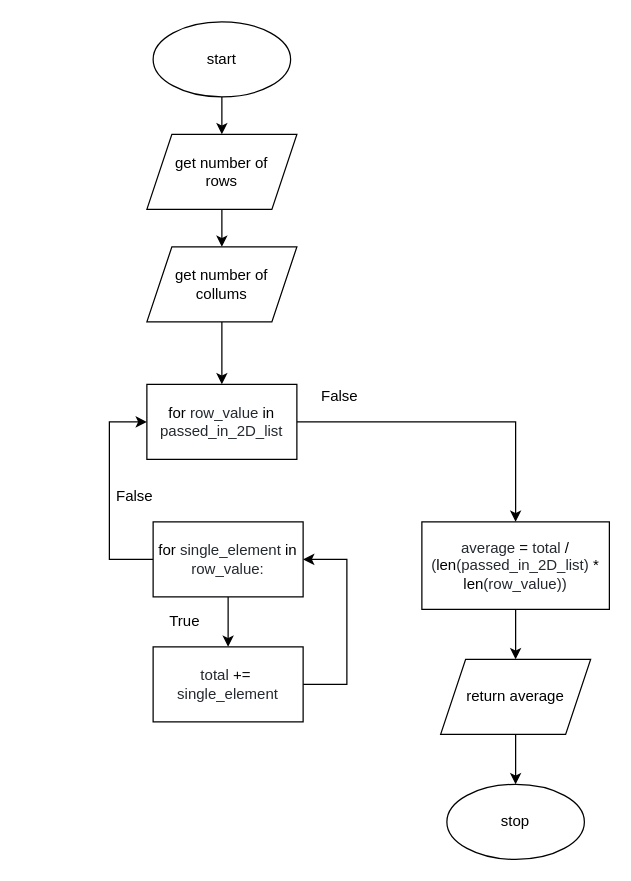
Earlier version of the draw.io diagram flowchart.drawio (Huzaifa-Khalid-2/ICS3U-Unit6-04-Python). Source tidied: cells renumbered, new cells numbered last; positions are measured from the earlier drawing's top-left corner, leaving out a move shared by most shapes. Both pictures are drawn from the tidied source at 125%, with x=0, y=0 at pixel (102, 21).
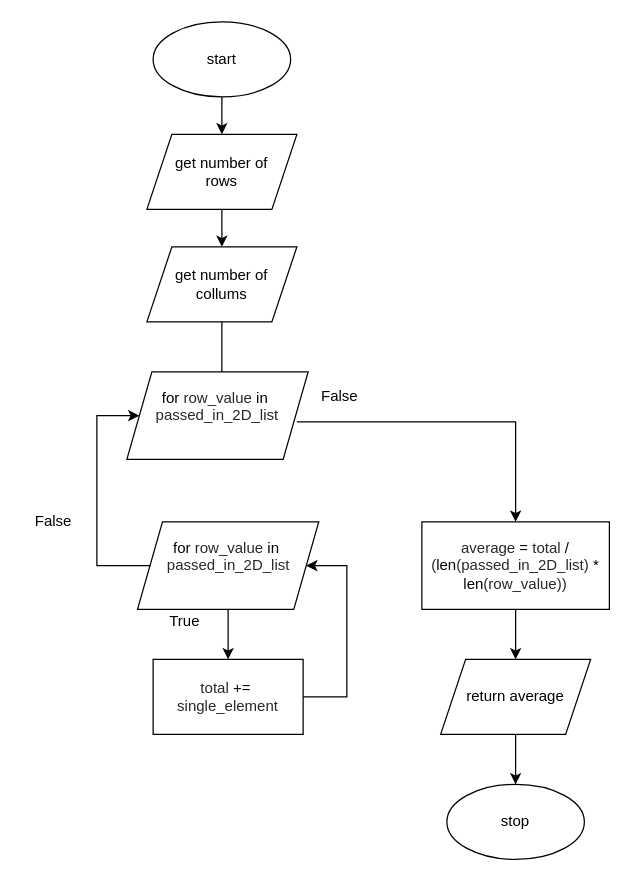
After the change.

The change refers to these unchanged cells:
```xml
<mxCell id="7" value="get number of &lt;br&gt;collums" style="shape=parallelogram;perimeter=parallelogramPerimeter;whiteSpace=wrap;html=1;fixedSize=1;" parent="1" vertex="1">
  <mxGeometry x="35" y="180" width="120" height="60" as="geometry" />
</mxCell>
<mxCell id="11" value="&lt;span class=&quot;pl-s1&quot; style=&quot;box-sizing: border-box ; color: rgb(36 , 41 , 47)&quot;&gt;&lt;span class=&quot;pl-token&quot; style=&quot;box-sizing: border-box&quot;&gt;average&lt;/span&gt;&lt;/span&gt;&lt;span style=&quot;color: rgb(36 , 41 , 47)&quot;&gt; &lt;/span&gt;&lt;span class=&quot;pl-c1&quot; style=&quot;box-sizing: border-box&quot;&gt;=&lt;/span&gt;&lt;span style=&quot;color: rgb(36 , 41 , 47)&quot;&gt; &lt;/span&gt;&lt;span class=&quot;pl-s1&quot; style=&quot;box-sizing: border-box ; color: rgb(36 , 41 , 47)&quot;&gt;&lt;span class=&quot;pl-token&quot; style=&quot;box-sizing: border-box&quot;&gt;total&lt;/span&gt;&lt;/span&gt;&lt;span style=&quot;color: rgb(36 , 41 , 47)&quot;&gt; &lt;/span&gt;&lt;span class=&quot;pl-c1&quot; style=&quot;box-sizing: border-box&quot;&gt;/&lt;/span&gt;&lt;span style=&quot;color: rgb(36 , 41 , 47)&quot;&gt; (&lt;/span&gt;&lt;span class=&quot;pl-en&quot; style=&quot;box-sizing: border-box&quot;&gt;&lt;span class=&quot;pl-token&quot; style=&quot;box-sizing: border-box&quot;&gt;len&lt;/span&gt;&lt;/span&gt;&lt;span style=&quot;color: rgb(36 , 41 , 47)&quot;&gt;(&lt;/span&gt;&lt;span class=&quot;pl-s1&quot; style=&quot;box-sizing: border-box ; color: rgb(36 , 41 , 47)&quot;&gt;&lt;span class=&quot;pl-token&quot; style=&quot;box-sizing: border-box&quot;&gt;passed_in_2D_list&lt;/span&gt;&lt;/span&gt;&lt;span style=&quot;color: rgb(36 , 41 , 47)&quot;&gt;) &lt;/span&gt;&lt;span class=&quot;pl-c1&quot; style=&quot;box-sizing: border-box&quot;&gt;*&lt;/span&gt;&lt;span style=&quot;color: rgb(36 , 41 , 47)&quot;&gt; &lt;/span&gt;&lt;span class=&quot;pl-en&quot; style=&quot;box-sizing: border-box&quot;&gt;&lt;span class=&quot;pl-token&quot; style=&quot;box-sizing: border-box&quot;&gt;len&lt;/span&gt;&lt;/span&gt;&lt;span style=&quot;color: rgb(36 , 41 , 47)&quot;&gt;(&lt;/span&gt;&lt;span class=&quot;pl-s1&quot; style=&quot;box-sizing: border-box ; color: rgb(36 , 41 , 47)&quot;&gt;&lt;span class=&quot;pl-token&quot; style=&quot;box-sizing: border-box&quot;&gt;row_value&lt;/span&gt;&lt;/span&gt;&lt;span style=&quot;color: rgb(36 , 41 , 47)&quot;&gt;))&lt;/span&gt;" style="rounded=0;whiteSpace=wrap;html=1;" parent="1" vertex="1">
  <mxGeometry x="255" y="400" width="150" height="70" as="geometry" />
</mxCell>
```

The edit, as a diff of the source:
```diff
@@
-    <mxCell id="6" style="edgeStyle=none;html=1;entryX=0.5;entryY=0;entryDx=0;entryDy=0;" parent="1" edge="1" source="7" target="9">
-      <mxGeometry relative="1" as="geometry" />
+    <mxCell id="6" style="edgeStyle=none;html=1;entryX=0.5;entryY=0;entryDx=0;entryDy=0;" parent="1" edge="1" source="7">
+      <mxGeometry relative="1" as="geometry">
+        <mxPoint x="95" y="290" as="targetPoint" />
+      </mxGeometry>
     </mxCell>
@@
-    <mxCell id="8" style="edgeStyle=elbowEdgeStyle;html=1;entryX=0.5;entryY=0;entryDx=0;entryDy=0;elbow=vertical;rounded=0;" parent="1" edge="1" source="9" target="11">
+    <mxCell id="8" style="edgeStyle=elbowEdgeStyle;html=1;entryX=0.5;entryY=0;entryDx=0;entryDy=0;elbow=vertical;rounded=0;" parent="1" edge="1" target="11">
       <mxGeometry relative="1" as="geometry">
+        <mxPoint x="155" y="320" as="sourcePoint" />
         <Array as="points">
           <mxPoint x="255" y="320" />
         </Array>
       </mxGeometry>
     </mxCell>
-    <mxCell id="9" value="&lt;span class=&quot;pl-k&quot; style=&quot;box-sizing: border-box ; font-family: , , &amp;#34;sf mono&amp;#34; , &amp;#34;menlo&amp;#34; , &amp;#34;consolas&amp;#34; , &amp;#34;liberation mono&amp;#34; , monospace&quot;&gt;for&lt;/span&gt;&lt;span style=&quot;color: rgb(36 , 41 , 47) ; font-family: , , &amp;#34;sf mono&amp;#34; , &amp;#34;menlo&amp;#34; , &amp;#34;consolas&amp;#34; , &amp;#34;liberation mono&amp;#34; , monospace&quot;&gt; &lt;/span&gt;&lt;span class=&quot;pl-s1&quot; style=&quot;box-sizing: border-box ; color: rgb(36 , 41 , 47) ; font-family: , , &amp;#34;sf mono&amp;#34; , &amp;#34;menlo&amp;#34; , &amp;#34;consolas&amp;#34; , &amp;#34;liberation mono&amp;#34; , monospace&quot;&gt;&lt;span class=&quot;pl-token&quot; style=&quot;box-sizing: border-box&quot;&gt;row_value&lt;/span&gt;&lt;/span&gt;&lt;span style=&quot;color: rgb(36 , 41 , 47) ; font-family: , , &amp;#34;sf mono&amp;#34; , &amp;#34;menlo&amp;#34; , &amp;#34;consolas&amp;#34; , &amp;#34;liberation mono&amp;#34; , monospace&quot;&gt; &lt;/span&gt;&lt;span class=&quot;pl-c1&quot; style=&quot;box-sizing: border-box ; font-family: , , &amp;#34;sf mono&amp;#34; , &amp;#34;menlo&amp;#34; , &amp;#34;consolas&amp;#34; , &amp;#34;liberation mono&amp;#34; , monospace&quot;&gt;in&lt;/span&gt;&lt;span style=&quot;color: rgb(36 , 41 , 47) ; font-family: , , &amp;#34;sf mono&amp;#34; , &amp;#34;menlo&amp;#34; , &amp;#34;consolas&amp;#34; , &amp;#34;liberation mono&amp;#34; , monospace&quot;&gt; &lt;/span&gt;&lt;span class=&quot;pl-s1&quot; style=&quot;box-sizing: border-box ; color: rgb(36 , 41 , 47) ; font-family: , , &amp;#34;sf mono&amp;#34; , &amp;#34;menlo&amp;#34; , &amp;#34;consolas&amp;#34; , &amp;#34;liberation mono&amp;#34; , monospace&quot;&gt;&lt;span class=&quot;pl-token&quot; style=&quot;box-sizing: border-box&quot;&gt;passed_in_2D_list&lt;/span&gt;&lt;/span&gt;" style="rounded=0;whiteSpace=wrap;html=1;" parent="1" vertex="1">
-      <mxGeometry x="35" y="290" width="120" height="60" as="geometry" />
-    </mxCell>
@@
-    <mxCell id="12" style="edgeStyle=elbowEdgeStyle;rounded=0;elbow=vertical;html=1;entryX=0;entryY=0.5;entryDx=0;entryDy=0;" parent="1" edge="1" source="14" target="9">
-      <mxGeometry relative="1" as="geometry">
-        <Array as="points">
-          <mxPoint x="5" y="430" />
-        </Array>
-      </mxGeometry>
-    </mxCell>
-    <mxCell id="13" style="edgeStyle=none;html=1;entryX=0.5;entryY=0;entryDx=0;entryDy=0;" parent="1" edge="1" source="14" target="16">
-      <mxGeometry relative="1" as="geometry" />
+    <mxCell id="13" style="edgeStyle=none;html=1;entryX=0.5;entryY=0;entryDx=0;entryDy=0;" parent="1" edge="1" target="16">
+      <mxGeometry relative="1" as="geometry">
+        <mxPoint x="100" y="460" as="sourcePoint" />
+      </mxGeometry>
     </mxCell>
-    <mxCell id="14" value="&lt;span class=&quot;pl-k&quot; style=&quot;box-sizing: border-box ; font-family: , , &amp;#34;sf mono&amp;#34; , &amp;#34;menlo&amp;#34; , &amp;#34;consolas&amp;#34; , &amp;#34;liberation mono&amp;#34; , monospace ; background-color: rgb(255 , 255 , 255)&quot;&gt;for&lt;/span&gt;&lt;span style=&quot;color: rgb(36 , 41 , 47) ; font-family: , , &amp;#34;sf mono&amp;#34; , &amp;#34;menlo&amp;#34; , &amp;#34;consolas&amp;#34; , &amp;#34;liberation mono&amp;#34; , monospace ; background-color: rgb(255 , 255 , 255)&quot;&gt; &lt;/span&gt;&lt;span class=&quot;pl-s1&quot; style=&quot;box-sizing: border-box ; color: rgb(36 , 41 , 47) ; font-family: , , &amp;#34;sf mono&amp;#34; , &amp;#34;menlo&amp;#34; , &amp;#34;consolas&amp;#34; , &amp;#34;liberation mono&amp;#34; , monospace ; background-color: rgb(255 , 255 , 255)&quot;&gt;&lt;span class=&quot;pl-token&quot; style=&quot;box-sizing: border-box&quot;&gt;single_element&lt;/span&gt;&lt;/span&gt;&lt;span style=&quot;color: rgb(36 , 41 , 47) ; font-family: , , &amp;#34;sf mono&amp;#34; , &amp;#34;menlo&amp;#34; , &amp;#34;consolas&amp;#34; , &amp;#34;liberation mono&amp;#34; , monospace ; background-color: rgb(255 , 255 , 255)&quot;&gt; &lt;/span&gt;&lt;span class=&quot;pl-c1&quot; style=&quot;box-sizing: border-box ; font-family: , , &amp;#34;sf mono&amp;#34; , &amp;#34;menlo&amp;#34; , &amp;#34;consolas&amp;#34; , &amp;#34;liberation mono&amp;#34; , monospace ; background-color: rgb(255 , 255 , 255)&quot;&gt;in&lt;/span&gt;&lt;span style=&quot;color: rgb(36 , 41 , 47) ; font-family: , , &amp;#34;sf mono&amp;#34; , &amp;#34;menlo&amp;#34; , &amp;#34;consolas&amp;#34; , &amp;#34;liberation mono&amp;#34; , monospace ; background-color: rgb(255 , 255 , 255)&quot;&gt; &lt;/span&gt;&lt;span class=&quot;pl-s1&quot; style=&quot;box-sizing: border-box ; color: rgb(36 , 41 , 47) ; font-family: , , &amp;#34;sf mono&amp;#34; , &amp;#34;menlo&amp;#34; , &amp;#34;consolas&amp;#34; , &amp;#34;liberation mono&amp;#34; , monospace ; background-color: rgb(255 , 255 , 255)&quot;&gt;&lt;span class=&quot;pl-token&quot; style=&quot;box-sizing: border-box&quot;&gt;row_value&lt;/span&gt;&lt;/span&gt;&lt;span style=&quot;color: rgb(36 , 41 , 47) ; font-family: , , &amp;#34;sf mono&amp;#34; , &amp;#34;menlo&amp;#34; , &amp;#34;consolas&amp;#34; , &amp;#34;liberation mono&amp;#34; , monospace ; background-color: rgb(255 , 255 , 255)&quot;&gt;:&lt;/span&gt;" style="rounded=0;whiteSpace=wrap;html=1;" parent="1" vertex="1">
-      <mxGeometry x="40" y="400" width="120" height="60" as="geometry" />
-    </mxCell>
-    <mxCell id="15" style="edgeStyle=elbowEdgeStyle;html=1;entryX=1;entryY=0.5;entryDx=0;entryDy=0;exitX=1;exitY=0.5;exitDx=0;exitDy=0;rounded=0;" parent="1" edge="1" source="16" target="14">
+    <mxCell id="15" style="edgeStyle=elbowEdgeStyle;html=1;entryX=1;entryY=0.5;entryDx=0;entryDy=0;exitX=1;exitY=0.5;exitDx=0;exitDy=0;rounded=0;" parent="1" edge="1" source="16" target="25">
       <mxGeometry relative="1" as="geometry">
         <Array as="points">
           <mxPoint x="195" y="490" />
         </Array>
       </mxGeometry>
     </mxCell>
     <mxCell id="16" value="&lt;span class=&quot;pl-s1&quot; style=&quot;text-align: left ; box-sizing: border-box ; color: rgb(36 , 41 , 47) ; background-color: rgb(255 , 255 , 255)&quot;&gt;&lt;span class=&quot;pl-token&quot; style=&quot;box-sizing: border-box&quot;&gt;total&lt;/span&gt;&lt;/span&gt;&lt;span style=&quot;text-align: left ; color: rgb(36 , 41 , 47) ; background-color: rgb(255 , 255 , 255)&quot;&gt;&amp;nbsp;&lt;/span&gt;&lt;span class=&quot;pl-c1&quot; style=&quot;text-align: left ; box-sizing: border-box ; background-color: rgb(255 , 255 , 255)&quot;&gt;+=&lt;/span&gt;&lt;span style=&quot;text-align: left ; color: rgb(36 , 41 , 47) ; background-color: rgb(255 , 255 , 255)&quot;&gt;&amp;nbsp;&lt;br&gt;&lt;/span&gt;&lt;span class=&quot;pl-s1&quot; style=&quot;text-align: left ; box-sizing: border-box ; color: rgb(36 , 41 , 47) ; background-color: rgb(255 , 255 , 255)&quot;&gt;&lt;span class=&quot;pl-token&quot; style=&quot;box-sizing: border-box&quot;&gt;single_element&lt;/span&gt;&lt;/span&gt;" style="rounded=0;whiteSpace=wrap;html=1;" parent="1" vertex="1">
-      <mxGeometry x="40" y="500" width="120" height="60" as="geometry" />
+      <mxGeometry x="40" y="510" width="120" height="60" as="geometry" />
     </mxCell>
     <mxCell id="17" value="False" style="text;html=1;align=center;verticalAlign=middle;strokeColor=none;fillColor=none;" parent="1" vertex="1">
-      <mxGeometry y="370" width="50" height="20" as="geometry" />
+      <mxGeometry x="-65" y="390" width="50" height="20" as="geometry" />
     </mxCell>
@@
+    <mxCell id="23" value="&lt;span class=&quot;pl-k&quot; style=&quot;box-sizing: border-box&quot;&gt;for&lt;/span&gt;&lt;span style=&quot;color: rgb(36 , 41 , 47)&quot;&gt;&amp;nbsp;&lt;/span&gt;&lt;span class=&quot;pl-s1&quot; style=&quot;box-sizing: border-box ; color: rgb(36 , 41 , 47)&quot;&gt;row_value&lt;/span&gt;&lt;span style=&quot;color: rgb(36 , 41 , 47)&quot;&gt;&amp;nbsp;&lt;/span&gt;&lt;span class=&quot;pl-c1&quot; style=&quot;box-sizing: border-box&quot;&gt;in&lt;/span&gt;&lt;span style=&quot;color: rgb(36 , 41 , 47)&quot;&gt;&amp;nbsp;&lt;br&gt;&lt;/span&gt;&lt;span class=&quot;pl-s1&quot; style=&quot;box-sizing: border-box ; color: rgb(36 , 41 , 47)&quot;&gt;passed_in_2D_list&lt;br&gt;&lt;br&gt;&lt;/span&gt;" style="shape=parallelogram;perimeter=parallelogramPerimeter;whiteSpace=wrap;html=1;fixedSize=1;" parent="1" vertex="1">
+      <mxGeometry x="19" y="280" width="145" height="70" as="geometry" />
+    </mxCell>
+    <mxCell id="24" style="edgeStyle=elbowEdgeStyle;html=1;entryX=0;entryY=0.5;entryDx=0;entryDy=0;exitX=0;exitY=0.5;exitDx=0;exitDy=0;rounded=0;" parent="1" edge="1" source="25" target="23">
+      <mxGeometry relative="1" as="geometry">
+        <Array as="points">
+          <mxPoint x="-5" y="380" />
+        </Array>
+      </mxGeometry>
+    </mxCell>
+    <mxCell id="25" value="&lt;span class=&quot;pl-k&quot; style=&quot;box-sizing: border-box&quot;&gt;for&lt;/span&gt;&lt;span style=&quot;color: rgb(36 , 41 , 47)&quot;&gt;&amp;nbsp;&lt;/span&gt;&lt;span class=&quot;pl-s1&quot; style=&quot;box-sizing: border-box ; color: rgb(36 , 41 , 47)&quot;&gt;row_value&lt;/span&gt;&lt;span style=&quot;color: rgb(36 , 41 , 47)&quot;&gt;&amp;nbsp;&lt;/span&gt;&lt;span class=&quot;pl-c1&quot; style=&quot;box-sizing: border-box&quot;&gt;in&lt;/span&gt;&lt;span style=&quot;color: rgb(36 , 41 , 47)&quot;&gt;&amp;nbsp;&lt;br&gt;&lt;/span&gt;&lt;span class=&quot;pl-s1&quot; style=&quot;box-sizing: border-box ; color: rgb(36 , 41 , 47)&quot;&gt;passed_in_2D_list&lt;br&gt;&lt;br&gt;&lt;/span&gt;" style="shape=parallelogram;perimeter=parallelogramPerimeter;whiteSpace=wrap;html=1;fixedSize=1;" parent="1" vertex="1">
+      <mxGeometry x="27.5" y="400" width="145" height="70" as="geometry" />
+    </mxCell>
```
